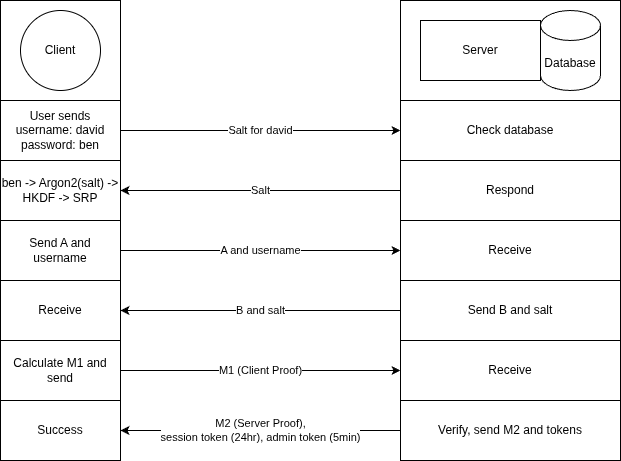
Above: Proposal/Assets/Account_Login.drawio.png in DarkMaddness/OneKey (draw.io), before the change. Source tidied: cells renumbered, new cells last; positions are measured from the earlier drawing's top-left corner, leaving out a move shared by most shapes. Its diagram source:
```xml
<mxGraphModel>
  <root>
    <mxCell id="0" />
    <mxCell id="1" parent="0" />
    <mxCell id="2" style="rounded=0;whiteSpace=wrap;html=1;fillColor=none;" parent="1" vertex="1">
      <mxGeometry x="400" width="220" height="460" as="geometry" />
    </mxCell>
    <mxCell id="3" value="Send B and salt" style="rounded=0;whiteSpace=wrap;html=1;" parent="1" vertex="1">
      <mxGeometry x="400" y="280" width="220" height="60" as="geometry" />
    </mxCell>
    <mxCell id="4" value="Server" style="rounded=0;whiteSpace=wrap;html=1;" parent="1" vertex="1">
      <mxGeometry x="420" y="20" width="120" height="60" as="geometry" />
    </mxCell>
    <mxCell id="5" value="Database" style="shape=cylinder3;whiteSpace=wrap;html=1;boundedLbl=1;backgroundOutline=1;size=15;" parent="1" vertex="1">
      <mxGeometry x="540" y="10" width="60" height="80" as="geometry" />
    </mxCell>
    <mxCell id="6" value="Client" style="ellipse;whiteSpace=wrap;html=1;" parent="1" vertex="1">
      <mxGeometry x="20" y="10" width="80" height="80" as="geometry" />
    </mxCell>
    <mxCell id="7" style="rounded=0;whiteSpace=wrap;html=1;fillColor=none;" parent="1" vertex="1">
      <mxGeometry width="120" height="460" as="geometry" />
    </mxCell>
    <mxCell id="8" value="Salt for david" style="edgeStyle=orthogonalEdgeStyle;rounded=0;jettySize=auto;html=1;entryX=0;entryY=0.5;entryDx=0;entryDy=0;" parent="1" edge="1" source="9" target="10">
      <mxGeometry relative="1" as="geometry" />
    </mxCell>
    <mxCell id="9" value="User sends&lt;br&gt;username: david&lt;br&gt;password: ben" style="rounded=0;whiteSpace=wrap;html=1;" parent="1" vertex="1">
      <mxGeometry y="100" width="120" height="60" as="geometry" />
    </mxCell>
    <mxCell id="10" value="Check database" style="rounded=0;whiteSpace=wrap;html=1;" parent="1" vertex="1">
      <mxGeometry x="400" y="100" width="220" height="60" as="geometry" />
    </mxCell>
    <mxCell id="11" value="Salt" style="edgeStyle=orthogonalEdgeStyle;rounded=0;jettySize=auto;html=1;entryX=1;entryY=0.5;entryDx=0;entryDy=0;" parent="1" edge="1" source="12" target="13">
      <mxGeometry relative="1" as="geometry" />
    </mxCell>
    <mxCell id="12" value="Respond" style="rounded=0;whiteSpace=wrap;html=1;" parent="1" vertex="1">
      <mxGeometry x="400" y="160" width="220" height="60" as="geometry" />
    </mxCell>
    <mxCell id="13" value="ben -&amp;gt; Argon2(salt) -&amp;gt;&lt;br&gt;HKDF -&amp;gt; SRP" style="rounded=0;whiteSpace=wrap;html=1;" parent="1" vertex="1">
      <mxGeometry y="160" width="120" height="60" as="geometry" />
    </mxCell>
    <mxCell id="14" value="A and username" style="edgeStyle=orthogonalEdgeStyle;rounded=0;jettySize=auto;html=1;entryX=0;entryY=0.5;entryDx=0;entryDy=0;" parent="1" edge="1" source="15" target="16">
      <mxGeometry relative="1" as="geometry" />
    </mxCell>
    <mxCell id="15" value="Send A and username" style="rounded=0;whiteSpace=wrap;html=1;" parent="1" vertex="1">
      <mxGeometry y="220" width="120" height="60" as="geometry" />
    </mxCell>
    <mxCell id="16" value="Receive" style="rounded=0;whiteSpace=wrap;html=1;" parent="1" vertex="1">
      <mxGeometry x="400" y="220" width="220" height="60" as="geometry" />
    </mxCell>
    <mxCell id="17" value="B and salt" style="edgeStyle=orthogonalEdgeStyle;rounded=0;jettySize=auto;html=1;" parent="1" edge="1" source="3" target="18">
      <mxGeometry relative="1" as="geometry" />
    </mxCell>
    <mxCell id="18" value="Receive" style="rounded=0;whiteSpace=wrap;html=1;" parent="1" vertex="1">
      <mxGeometry y="280" width="120" height="60" as="geometry" />
    </mxCell>
    <mxCell id="19" value="M1 (Client Proof)" style="edgeStyle=orthogonalEdgeStyle;rounded=0;jettySize=auto;html=1;entryX=0;entryY=0.5;entryDx=0;entryDy=0;" parent="1" edge="1" source="20" target="21">
      <mxGeometry relative="1" as="geometry" />
    </mxCell>
    <mxCell id="20" value="Calculate M1 and send" style="rounded=0;whiteSpace=wrap;html=1;" parent="1" vertex="1">
      <mxGeometry y="340" width="120" height="60" as="geometry" />
    </mxCell>
    <mxCell id="21" value="Receive" style="rounded=0;whiteSpace=wrap;html=1;" parent="1" vertex="1">
      <mxGeometry x="400" y="340" width="220" height="60" as="geometry" />
    </mxCell>
    <mxCell id="22" value="M2 (Server Proof), &lt;br&gt;session token (24hr), admin token (5min)" style="edgeStyle=orthogonalEdgeStyle;rounded=0;jettySize=auto;html=1;" parent="1" edge="1" source="23" target="24">
      <mxGeometry relative="1" as="geometry" />
    </mxCell>
    <mxCell id="23" value="Verify, send M2 and tokens" style="rounded=0;whiteSpace=wrap;html=1;" parent="1" vertex="1">
      <mxGeometry x="400" y="400" width="220" height="60" as="geometry" />
    </mxCell>
    <mxCell id="24" value="Success" style="rounded=0;whiteSpace=wrap;html=1;" parent="1" vertex="1">
      <mxGeometry y="400" width="120" height="60" as="geometry" />
    </mxCell>
  </root>
</mxGraphModel>
```
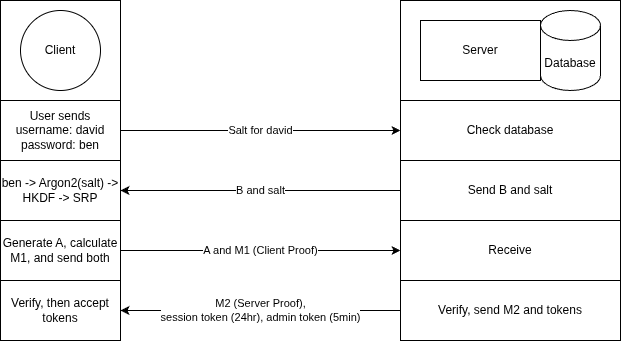
After the commit.

The edit, as a diff of the source:
```diff
@@ -2,11 +2,16 @@
   <root>
     <mxCell id="0" />
     <mxCell id="1" parent="0" />
+    <mxCell id="17" value="B and salt" style="edgeStyle=orthogonalEdgeStyle;rounded=0;jettySize=auto;html=1;" parent="1" edge="1" source="3">
+      <mxGeometry relative="1" as="geometry">
+        <mxPoint x="120" y="190" as="targetPoint" />
+      </mxGeometry>
+    </mxCell>
     <mxCell id="2" style="rounded=0;whiteSpace=wrap;html=1;fillColor=none;" parent="1" vertex="1">
-      <mxGeometry x="400" width="220" height="460" as="geometry" />
+      <mxGeometry x="400" width="220" height="340" as="geometry" />
     </mxCell>
     <mxCell id="3" value="Send B and salt" style="rounded=0;whiteSpace=wrap;html=1;" parent="1" vertex="1">
-      <mxGeometry x="400" y="280" width="220" height="60" as="geometry" />
+      <mxGeometry x="400" y="160" width="220" height="60" as="geometry" />
     </mxCell>
     <mxCell id="4" value="Server" style="rounded=0;whiteSpace=wrap;html=1;" parent="1" vertex="1">
       <mxGeometry x="420" y="20" width="120" height="60" as="geometry" />
@@ -18,7 +23,7 @@
       <mxGeometry x="20" y="10" width="80" height="80" as="geometry" />
     </mxCell>
     <mxCell id="7" style="rounded=0;whiteSpace=wrap;html=1;fillColor=none;" parent="1" vertex="1">
-      <mxGeometry width="120" height="460" as="geometry" />
+      <mxGeometry width="120" height="340" as="geometry" />
     </mxCell>
     <mxCell id="8" value="Salt for david" style="edgeStyle=orthogonalEdgeStyle;rounded=0;jettySize=auto;html=1;entryX=0;entryY=0.5;entryDx=0;entryDy=0;" parent="1" edge="1" source="9" target="10">
       <mxGeometry relative="1" as="geometry" />
@@ -29,47 +34,26 @@
     <mxCell id="10" value="Check database" style="rounded=0;whiteSpace=wrap;html=1;" parent="1" vertex="1">
       <mxGeometry x="400" y="100" width="220" height="60" as="geometry" />
     </mxCell>
-    <mxCell id="11" value="Salt" style="edgeStyle=orthogonalEdgeStyle;rounded=0;jettySize=auto;html=1;entryX=1;entryY=0.5;entryDx=0;entryDy=0;" parent="1" edge="1" source="12" target="13">
-      <mxGeometry relative="1" as="geometry" />
-    </mxCell>
-    <mxCell id="12" value="Respond" style="rounded=0;whiteSpace=wrap;html=1;" parent="1" vertex="1">
-      <mxGeometry x="400" y="160" width="220" height="60" as="geometry" />
-    </mxCell>
     <mxCell id="13" value="ben -&amp;gt; Argon2(salt) -&amp;gt;&lt;br&gt;HKDF -&amp;gt; SRP" style="rounded=0;whiteSpace=wrap;html=1;" parent="1" vertex="1">
       <mxGeometry y="160" width="120" height="60" as="geometry" />
     </mxCell>
-    <mxCell id="14" value="A and username" style="edgeStyle=orthogonalEdgeStyle;rounded=0;jettySize=auto;html=1;entryX=0;entryY=0.5;entryDx=0;entryDy=0;" parent="1" edge="1" source="15" target="16">
+    <mxCell id="14" value="A and M1 (Client Proof)" style="edgeStyle=orthogonalEdgeStyle;rounded=0;jettySize=auto;html=1;entryX=0;entryY=0.5;entryDx=0;entryDy=0;" parent="1" edge="1" source="15" target="16">
       <mxGeometry relative="1" as="geometry" />
     </mxCell>
-    <mxCell id="15" value="Send A and username" style="rounded=0;whiteSpace=wrap;html=1;" parent="1" vertex="1">
+    <mxCell id="15" value="Generate A, calculate M1, and send both" style="rounded=0;whiteSpace=wrap;html=1;" parent="1" vertex="1">
       <mxGeometry y="220" width="120" height="60" as="geometry" />
     </mxCell>
     <mxCell id="16" value="Receive" style="rounded=0;whiteSpace=wrap;html=1;" parent="1" vertex="1">
       <mxGeometry x="400" y="220" width="220" height="60" as="geometry" />
     </mxCell>
-    <mxCell id="17" value="B and salt" style="edgeStyle=orthogonalEdgeStyle;rounded=0;jettySize=auto;html=1;" parent="1" edge="1" source="3" target="18">
-      <mxGeometry relative="1" as="geometry" />
-    </mxCell>
-    <mxCell id="18" value="Receive" style="rounded=0;whiteSpace=wrap;html=1;" parent="1" vertex="1">
-      <mxGeometry y="280" width="120" height="60" as="geometry" />
-    </mxCell>
-    <mxCell id="19" value="M1 (Client Proof)" style="edgeStyle=orthogonalEdgeStyle;rounded=0;jettySize=auto;html=1;entryX=0;entryY=0.5;entryDx=0;entryDy=0;" parent="1" edge="1" source="20" target="21">
-      <mxGeometry relative="1" as="geometry" />
-    </mxCell>
-    <mxCell id="20" value="Calculate M1 and send" style="rounded=0;whiteSpace=wrap;html=1;" parent="1" vertex="1">
-      <mxGeometry y="340" width="120" height="60" as="geometry" />
-    </mxCell>
-    <mxCell id="21" value="Receive" style="rounded=0;whiteSpace=wrap;html=1;" parent="1" vertex="1">
-      <mxGeometry x="400" y="340" width="220" height="60" as="geometry" />
-    </mxCell>
     <mxCell id="22" value="M2 (Server Proof), &lt;br&gt;session token (24hr), admin token (5min)" style="edgeStyle=orthogonalEdgeStyle;rounded=0;jettySize=auto;html=1;" parent="1" edge="1" source="23" target="24">
       <mxGeometry relative="1" as="geometry" />
     </mxCell>
     <mxCell id="23" value="Verify, send M2 and tokens" style="rounded=0;whiteSpace=wrap;html=1;" parent="1" vertex="1">
-      <mxGeometry x="400" y="400" width="220" height="60" as="geometry" />
+      <mxGeometry x="400" y="280" width="220" height="60" as="geometry" />
     </mxCell>
-    <mxCell id="24" value="Success" style="rounded=0;whiteSpace=wrap;html=1;" parent="1" vertex="1">
-      <mxGeometry y="400" width="120" height="60" as="geometry" />
+    <mxCell id="24" value="Verify, then accept tokens" style="rounded=0;whiteSpace=wrap;html=1;" parent="1" vertex="1">
+      <mxGeometry y="280" width="120" height="60" as="geometry" />
     </mxCell>
   </root>
 </mxGraphModel>
```
